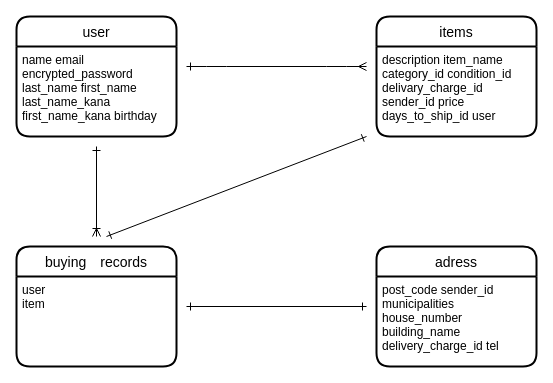
tatsuro0329/furima-39634 keeps this draw.io diagram as furima.dio. Above is the earlier version. Source tidied: cells renumbered, new cells numbered last; positions are measured from the earlier drawing's top-left corner, leaving out a move shared by most shapes. Both pictures are drawn from the tidied source at 100%, with x=0, y=0 at pixel (16, 16).
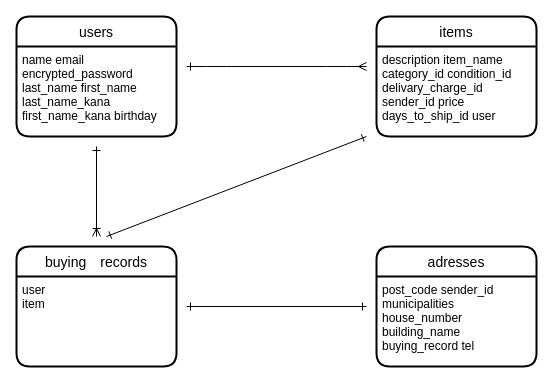
The same page after the edit.

What changed in the source:
```diff
@@
 <mxGraphModel>
   <root>
     <mxCell id="0" />
     <mxCell id="1" parent="0" />
-    <mxCell id="2" value="user" style="swimlane;horizontal=1;startSize=30;rounded=1;fontSize=14;fontStyle=0;strokeWidth=2;shadow=0;dashed=0;align=center;" parent="1" vertex="1">
+    <mxCell id="2" value="users" style="swimlane;horizontal=1;startSize=30;rounded=1;fontSize=14;fontStyle=0;strokeWidth=2;shadow=0;dashed=0;align=center;" parent="1" vertex="1">
       <mxGeometry width="160" height="120" as="geometry" />
     </mxCell>
     <mxCell id="3" value="name email&#10;encrypted_password&#10;last_name first_name&#10;last_name_kana&#10;first_name_kana birthday" style="align=left;strokeColor=none;fillColor=none;spacingLeft=4;fontSize=12;verticalAlign=top;" parent="2" vertex="1">
       <mxGeometry y="30" width="160" height="90" as="geometry" />
     </mxCell>
     <mxCell id="4" value="items" style="swimlane;horizontal=1;startSize=30;rounded=1;fontSize=14;fontStyle=0;strokeWidth=2;shadow=0;dashed=0;align=center;" parent="1" vertex="1">
       <mxGeometry x="360" width="160" height="120" as="geometry" />
     </mxCell>
     <mxCell id="5" value="description item_name&#10;category_id condition_id&#10;delivary_charge_id&#10;sender_id price&#10;days_to_ship_id user" style="align=left;strokeColor=none;fillColor=none;spacingLeft=4;fontSize=12;verticalAlign=top;" parent="4" vertex="1">
       <mxGeometry y="30" width="160" height="90" as="geometry" />
     </mxCell>
     <mxCell id="6" value="buying　records" style="swimlane;horizontal=1;startSize=30;rounded=1;fontSize=14;fontStyle=0;strokeWidth=2;shadow=0;dashed=0;align=center;" parent="1" vertex="1">
       <mxGeometry y="230" width="160" height="120" as="geometry" />
     </mxCell>
     <mxCell id="7" value="user&#10;item" style="align=left;strokeColor=none;fillColor=none;spacingLeft=4;fontSize=12;verticalAlign=top;" parent="6" vertex="1">
       <mxGeometry y="30" width="160" height="90" as="geometry" />
     </mxCell>
     <mxCell id="8" style="edgeStyle=entityRelationEdgeStyle;fontSize=12;html=1;endArrow=ERmany;endFill=0;startArrow=ERone;startFill=0;" parent="1" edge="1">
       <mxGeometry relative="1" as="geometry">
         <mxPoint x="170" y="50" as="sourcePoint" />
         <mxPoint x="350" y="50" as="targetPoint" />
       </mxGeometry>
     </mxCell>
     <mxCell id="9" style="fontSize=12;html=1;endArrow=ERone;startArrow=ERone;startFill=0;endFill=0;" parent="1" edge="1">
       <mxGeometry relative="1" as="geometry">
         <mxPoint x="350" y="120" as="sourcePoint" />
         <mxPoint x="90" y="220" as="targetPoint" />
       </mxGeometry>
     </mxCell>
     <mxCell id="10" style="fontSize=12;html=1;endArrow=ERone;startArrow=ERoneToMany;startFill=0;endFill=0;" parent="1" edge="1">
       <mxGeometry relative="1" as="geometry">
         <mxPoint x="80" y="220" as="sourcePoint" />
         <mxPoint x="80" y="130" as="targetPoint" />
       </mxGeometry>
     </mxCell>
-    <mxCell id="11" value="adress" style="swimlane;horizontal=1;startSize=30;rounded=1;fontSize=14;fontStyle=0;strokeWidth=2;shadow=0;dashed=0;align=center;" parent="1" vertex="1">
+    <mxCell id="11" value="adresses" style="swimlane;horizontal=1;startSize=30;rounded=1;fontSize=14;fontStyle=0;strokeWidth=2;shadow=0;dashed=0;align=center;" parent="1" vertex="1">
       <mxGeometry x="360" y="230" width="160" height="120" as="geometry" />
     </mxCell>
-    <mxCell id="12" value="post_code sender_id&#10;municipalities&#10;house_number&#10;building_name&#10;delivery_charge_id tel" style="align=left;strokeColor=none;fillColor=none;spacingLeft=4;fontSize=12;verticalAlign=top;" parent="11" vertex="1">
+    <mxCell id="12" value="post_code sender_id&#10;municipalities&#10;house_number&#10;building_name&#10;buying_record tel" style="align=left;strokeColor=none;fillColor=none;spacingLeft=4;fontSize=12;verticalAlign=top;" parent="11" vertex="1">
       <mxGeometry y="30" width="160" height="90" as="geometry" />
     </mxCell>
     <mxCell id="13" style="fontSize=12;html=1;endArrow=ERone;endFill=1;startArrow=ERone;startFill=0;" parent="1" edge="1">
       <mxGeometry relative="1" as="geometry">
         <mxPoint x="170" y="290" as="sourcePoint" />
         <mxPoint x="350" y="290" as="targetPoint" />
       </mxGeometry>
     </mxCell>
   </root>
 </mxGraphModel>
```
